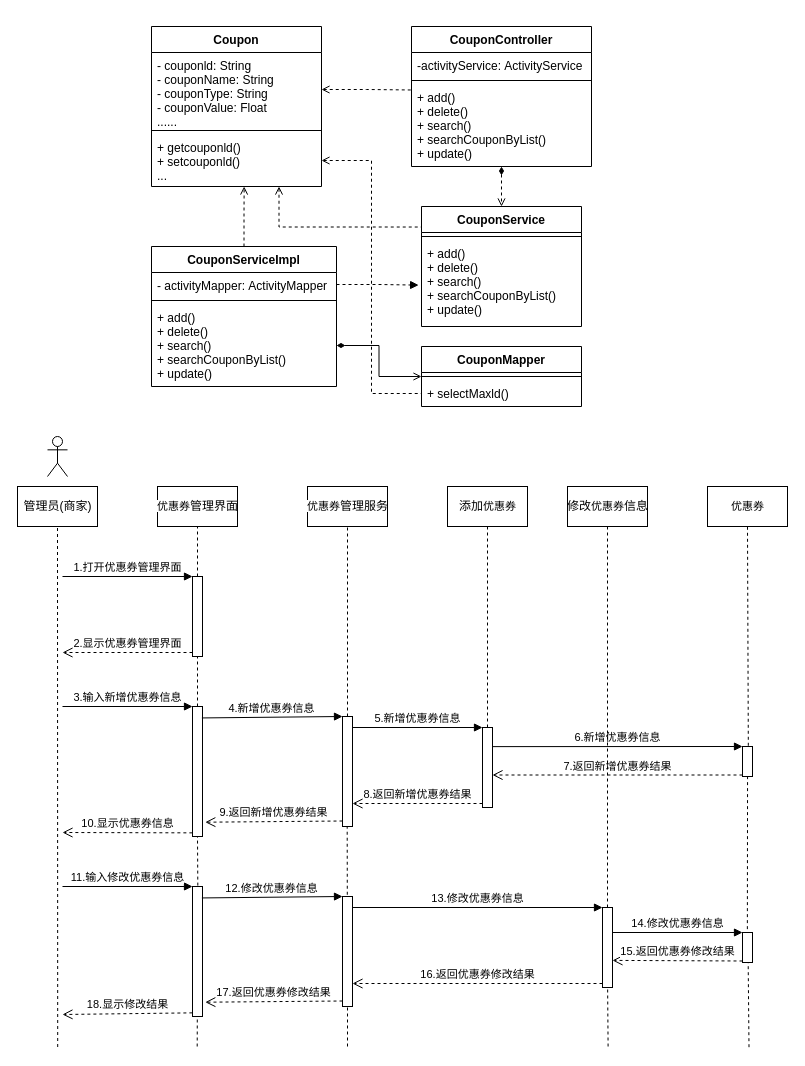
Above: page "优惠券管理" (17 of 25) of Untitled Diagram.drawio in hongkingking/hkk (draw.io), before the change. Source tidied: cells renumbered, new cells numbered last; positions are measured from the earlier drawing's top-left corner, leaving out a move shared by most shapes. Both pictures are drawn from the tidied source at 100%, with x=0, y=0 at pixel (17, 26).
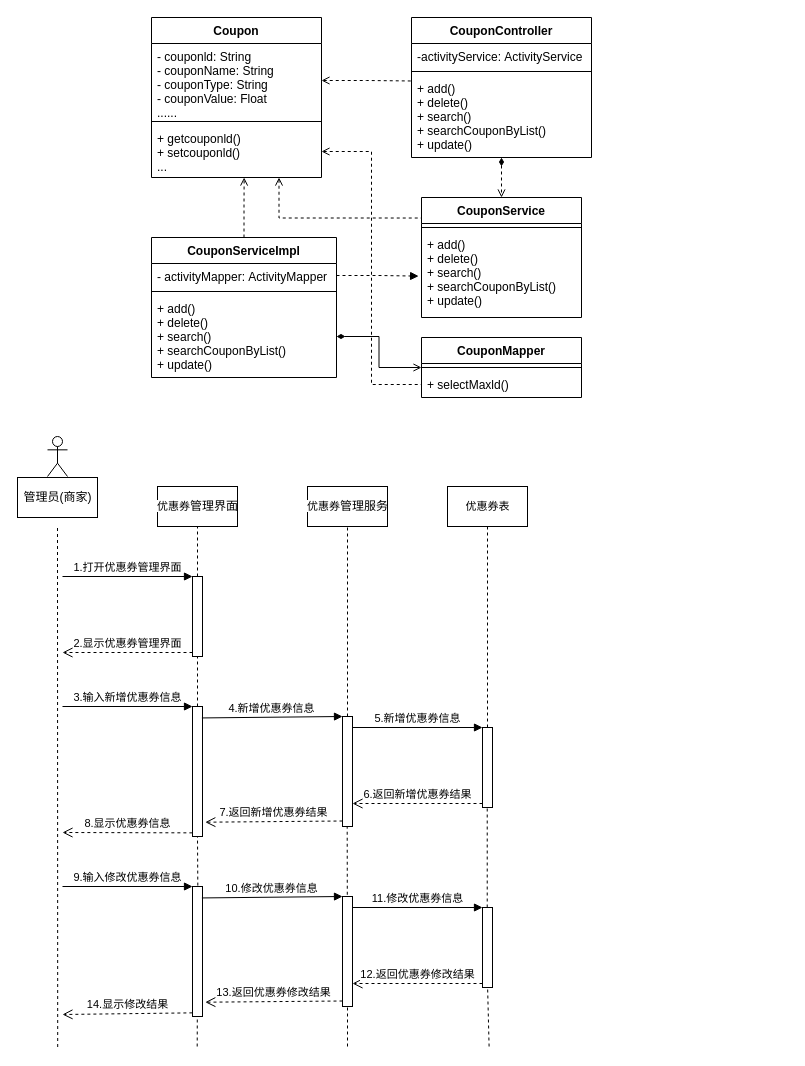
After the change.

Unchanged cells that the change refers to:
```xml
<mxCell id="37" style="html=1;points=[];perimeter=orthogonalPerimeter;strokeWidth=1;" parent="1" vertex="1">
  <mxGeometry x="175" y="680" width="10" height="130" as="geometry" />
</mxCell>
<mxCell id="40" style="html=1;points=[];perimeter=orthogonalPerimeter;strokeWidth=1;" parent="1" vertex="1">
  <mxGeometry x="325" y="690" width="10" height="110" as="geometry" />
</mxCell>
<mxCell id="43" style="html=1;points=[];perimeter=orthogonalPerimeter;strokeWidth=1;" parent="1" vertex="1">
  <mxGeometry x="465" y="701" width="10" height="80" as="geometry" />
</mxCell>
<mxCell id="49" style="html=1;points=[];perimeter=orthogonalPerimeter;strokeWidth=1;" parent="1" vertex="1">
  <mxGeometry x="175" y="860" width="10" height="130" as="geometry" />
</mxCell>
<mxCell id="52" style="html=1;points=[];perimeter=orthogonalPerimeter;strokeWidth=1;" parent="1" vertex="1">
  <mxGeometry x="325" y="870" width="10" height="110" as="geometry" />
</mxCell>
```

Diff of the diagram source:
```diff
@@
     <mxCell id="3" value="CouponController" style="swimlane;fontStyle=1;align=center;verticalAlign=top;horizontal=1;startSize=26;" parent="1" vertex="1">
-      <mxGeometry x="394" width="180" height="140" as="geometry" />
+      <mxGeometry x="394" y="-9" width="180" height="140" as="geometry" />
     </mxCell>
@@
     <mxCell id="8" value="Coupon" style="swimlane;fontStyle=1;align=center;verticalAlign=top;horizontal=1;startSize=26;" parent="1" vertex="1">
-      <mxGeometry x="134" width="170" height="160" as="geometry" />
+      <mxGeometry x="134" y="-9" width="170" height="160" as="geometry" />
     </mxCell>
@@
     <mxCell id="12" value="CouponService" style="swimlane;fontStyle=1;align=center;verticalAlign=top;horizontal=1;startSize=26;" parent="1" vertex="1">
-      <mxGeometry x="404" y="180" width="160" height="120" as="geometry" />
+      <mxGeometry x="404" y="171" width="160" height="120" as="geometry" />
     </mxCell>
@@
     <mxCell id="15" value="&lt;div&gt;&lt;br&gt;&lt;/div&gt;&lt;div&gt;&lt;br&gt;&lt;/div&gt;" style="text;html=1;align=center;verticalAlign=middle;strokeColor=none;fillColor=none;" parent="1" vertex="1">
-      <mxGeometry x="224" y="285" width="20" height="30" as="geometry" />
+      <mxGeometry x="224" y="276" width="20" height="30" as="geometry" />
     </mxCell>
     <mxCell id="16" value="&lt;div&gt;&lt;br&gt;&lt;/div&gt;&lt;div&gt;&lt;br&gt;&lt;/div&gt;&lt;div&gt;&lt;br&gt;&lt;/div&gt;" style="text;html=1;align=center;verticalAlign=middle;strokeColor=none;fillColor=none;" parent="1" vertex="1">
-      <mxGeometry x="284" y="185" width="20" height="50" as="geometry" />
+      <mxGeometry x="284" y="176" width="20" height="50" as="geometry" />
     </mxCell>
@@
     <mxCell id="18" value="CouponServiceImpl" style="swimlane;fontStyle=1;align=center;verticalAlign=top;horizontal=1;startSize=26;" parent="1" vertex="1">
-      <mxGeometry x="134" y="220" width="185" height="140" as="geometry" />
+      <mxGeometry x="134" y="211" width="185" height="140" as="geometry" />
     </mxCell>
@@
     <mxCell id="22" value="CouponMapper" style="swimlane;fontStyle=1;align=center;verticalAlign=top;horizontal=1;startSize=26;" parent="1" vertex="1">
-      <mxGeometry x="404" y="320" width="160" height="60" as="geometry" />
+      <mxGeometry x="404" y="311" width="160" height="60" as="geometry" />
     </mxCell>
@@
-    <mxCell id="31" value="添加&lt;span style=&quot;font-size: 11px ; background-color: rgb(255 , 255 , 255)&quot;&gt;优惠券&lt;/span&gt;" style="html=1;strokeWidth=1;" parent="1" vertex="1">
+    <mxCell id="31" value="&lt;span style=&quot;font-size: 11px ; background-color: rgb(255 , 255 , 255)&quot;&gt;优惠券表&lt;br&gt;&lt;/span&gt;" style="html=1;strokeWidth=1;" parent="1" vertex="1">
       <mxGeometry x="430" y="460" width="80" height="40" as="geometry" />
     </mxCell>
-    <mxCell id="32" value="修改&lt;span style=&quot;font-size: 11px ; background-color: rgb(255 , 255 , 255)&quot;&gt;优惠券&lt;/span&gt;信息" style="html=1;strokeWidth=1;" parent="1" vertex="1">
-      <mxGeometry x="550" y="460" width="80" height="40" as="geometry" />
-    </mxCell>
-    <mxCell id="33" value="&lt;span style=&quot;font-size: 11px ; background-color: rgb(255 , 255 , 255)&quot;&gt;优惠券&lt;/span&gt;" style="html=1;strokeWidth=1;" parent="1" vertex="1">
-      <mxGeometry x="690" y="460" width="80" height="40" as="geometry" />
-    </mxCell>
@@
-    <mxCell id="39" value="10.显示优惠券信息" style="html=1;verticalAlign=bottom;endArrow=open;dashed=1;endSize=8;exitX=-0.013;exitY=0.972;rounded=0;exitDx=0;exitDy=0;exitPerimeter=0;" parent="1" edge="1" source="37">
+    <mxCell id="39" value="8.显示优惠券信息" style="html=1;verticalAlign=bottom;endArrow=open;dashed=1;endSize=8;exitX=-0.013;exitY=0.972;rounded=0;exitDx=0;exitDy=0;exitPerimeter=0;" parent="1" edge="1" source="37">
       <mxGeometry relative="1" as="geometry">
         <mxPoint x="45" y="806" as="targetPoint" />
       </mxGeometry>
     </mxCell>
@@
-    <mxCell id="42" value="9.返回新增优惠券结果" style="html=1;verticalAlign=bottom;endArrow=open;dashed=1;endSize=8;exitX=0;exitY=0.95;rounded=0;entryX=1.28;entryY=0.89;entryDx=0;entryDy=0;entryPerimeter=0;" parent="1" edge="1" source="40" target="37">
+    <mxCell id="42" value="7.返回新增优惠券结果" style="html=1;verticalAlign=bottom;endArrow=open;dashed=1;endSize=8;exitX=0;exitY=0.95;rounded=0;entryX=1.28;entryY=0.89;entryDx=0;entryDy=0;entryPerimeter=0;" parent="1" edge="1" source="40" target="37">
       <mxGeometry relative="1" as="geometry" />
     </mxCell>
@@
-    <mxCell id="45" value="8.返回新增优惠券结果" style="html=1;verticalAlign=bottom;endArrow=open;dashed=1;endSize=8;exitX=0;exitY=0.95;rounded=0;" parent="1" edge="1" source="43">
+    <mxCell id="45" value="6.返回新增优惠券结果" style="html=1;verticalAlign=bottom;endArrow=open;dashed=1;endSize=8;exitX=0;exitY=0.95;rounded=0;" parent="1" edge="1" source="43">
       <mxGeometry relative="1" as="geometry">
         <mxPoint x="335" y="777" as="targetPoint" />
       </mxGeometry>
     </mxCell>
-    <mxCell id="46" style="html=1;points=[];perimeter=orthogonalPerimeter;strokeWidth=1;" parent="1" vertex="1">
-      <mxGeometry x="725" y="906" width="10" height="30" as="geometry" />
-    </mxCell>
-    <mxCell id="47" value="14.修改优惠券信息" style="html=1;verticalAlign=bottom;endArrow=block;entryX=0;entryY=0;rounded=0;" parent="1" edge="1" target="46">
-      <mxGeometry relative="1" as="geometry">
-        <mxPoint x="595" y="906" as="sourcePoint" />
-      </mxGeometry>
-    </mxCell>
-    <mxCell id="48" value="15.返回优惠券修改结果" style="html=1;verticalAlign=bottom;endArrow=open;dashed=1;endSize=8;exitX=0;exitY=0.95;rounded=0;entryX=0.996;entryY=0.449;entryDx=0;entryDy=0;entryPerimeter=0;" parent="1" edge="1" source="46">
-      <mxGeometry relative="1" as="geometry">
-        <mxPoint x="595" y="933.9" as="targetPoint" />
-      </mxGeometry>
-    </mxCell>
@@
-    <mxCell id="50" value="11.输入修改优惠券信息" style="html=1;verticalAlign=bottom;endArrow=block;entryX=0;entryY=0;rounded=0;" parent="1" edge="1" target="49">
+    <mxCell id="50" value="9.输入修改优惠券信息" style="html=1;verticalAlign=bottom;endArrow=block;entryX=0;entryY=0;rounded=0;" parent="1" edge="1" target="49">
       <mxGeometry relative="1" as="geometry">
         <mxPoint x="45" y="860" as="sourcePoint" />
       </mxGeometry>
     </mxCell>
-    <mxCell id="51" value="18.显示修改结果" style="html=1;verticalAlign=bottom;endArrow=open;dashed=1;endSize=8;exitX=-0.013;exitY=0.972;rounded=0;exitDx=0;exitDy=0;exitPerimeter=0;" parent="1" edge="1" source="49">
+    <mxCell id="51" value="14.显示修改结果" style="html=1;verticalAlign=bottom;endArrow=open;dashed=1;endSize=8;exitX=-0.013;exitY=0.972;rounded=0;exitDx=0;exitDy=0;exitPerimeter=0;" parent="1" edge="1" source="49">
       <mxGeometry relative="1" as="geometry">
         <mxPoint x="45" y="988" as="targetPoint" />
       </mxGeometry>
     </mxCell>
@@
-    <mxCell id="53" value="12.修改优惠券信息" style="html=1;verticalAlign=bottom;endArrow=block;entryX=0;entryY=0;rounded=0;exitX=0.94;exitY=0.088;exitDx=0;exitDy=0;exitPerimeter=0;" parent="1" edge="1" source="49" target="52">
+    <mxCell id="53" value="10.修改优惠券信息" style="html=1;verticalAlign=bottom;endArrow=block;entryX=0;entryY=0;rounded=0;exitX=0.94;exitY=0.088;exitDx=0;exitDy=0;exitPerimeter=0;" parent="1" edge="1" source="49" target="52">
       <mxGeometry relative="1" as="geometry" />
     </mxCell>
-    <mxCell id="54" value="17.返回优惠券修改结果" style="html=1;verticalAlign=bottom;endArrow=open;dashed=1;endSize=8;exitX=0;exitY=0.95;rounded=0;entryX=1.28;entryY=0.89;entryDx=0;entryDy=0;entryPerimeter=0;" parent="1" edge="1" source="52" target="49">
+    <mxCell id="54" value="13.返回优惠券修改结果" style="html=1;verticalAlign=bottom;endArrow=open;dashed=1;endSize=8;exitX=0;exitY=0.95;rounded=0;entryX=1.28;entryY=0.89;entryDx=0;entryDy=0;entryPerimeter=0;" parent="1" edge="1" source="52" target="49">
       <mxGeometry relative="1" as="geometry" />
     </mxCell>
     <mxCell id="55" style="html=1;points=[];perimeter=orthogonalPerimeter;strokeWidth=1;" parent="1" vertex="1">
-      <mxGeometry x="585" y="881" width="10" height="80" as="geometry" />
+      <mxGeometry x="465" y="881" width="10" height="80" as="geometry" />
     </mxCell>
-    <mxCell id="56" value="13.修改优惠券信息" style="html=1;verticalAlign=bottom;endArrow=block;entryX=0;entryY=0;rounded=0;" parent="1" edge="1" target="55">
+    <mxCell id="56" value="11.修改优惠券信息" style="html=1;verticalAlign=bottom;endArrow=block;entryX=0;entryY=0;rounded=0;" parent="1" edge="1" target="55">
       <mxGeometry relative="1" as="geometry">
         <mxPoint x="335" y="881" as="sourcePoint" />
       </mxGeometry>
     </mxCell>
-    <mxCell id="57" value="16.返回优惠券修改结果" style="html=1;verticalAlign=bottom;endArrow=open;dashed=1;endSize=8;exitX=0;exitY=0.95;rounded=0;" parent="1" edge="1" source="55">
+    <mxCell id="57" value="12.返回优惠券修改结果" style="html=1;verticalAlign=bottom;endArrow=open;dashed=1;endSize=8;exitX=0;exitY=0.95;rounded=0;" parent="1" edge="1" source="55">
       <mxGeometry relative="1" as="geometry">
         <mxPoint x="335" y="957" as="targetPoint" />
       </mxGeometry>
     </mxCell>
-    <mxCell id="58" style="html=1;points=[];perimeter=orthogonalPerimeter;strokeWidth=1;" parent="1" vertex="1">
-      <mxGeometry x="725" y="720" width="10" height="30" as="geometry" />
-    </mxCell>
-    <mxCell id="59" value="6.新增优惠券信息" style="html=1;verticalAlign=bottom;endArrow=block;entryX=0;entryY=0;rounded=0;exitX=0.974;exitY=0.239;exitDx=0;exitDy=0;exitPerimeter=0;" parent="1" edge="1" source="43" target="58">
-      <mxGeometry relative="1" as="geometry" />
-    </mxCell>
-    <mxCell id="60" value="7.返回新增优惠券结果" style="html=1;verticalAlign=bottom;endArrow=open;dashed=1;endSize=8;exitX=0;exitY=0.95;rounded=0;" parent="1" edge="1" source="58" target="43">
-      <mxGeometry relative="1" as="geometry" />
-    </mxCell>
@@
-    <mxCell id="64" style="endArrow=none;dashed=1;html=1;rounded=0;entryX=0.5;entryY=1;entryDx=0;entryDy=0;" parent="1" edge="1" source="55" target="32">
-      <mxGeometry relative="1" as="geometry" />
-    </mxCell>
-    <mxCell id="65" style="endArrow=none;dashed=1;html=1;rounded=0;entryX=0.5;entryY=1;entryDx=0;entryDy=0;exitX=0.582;exitY=-0.024;exitDx=0;exitDy=0;exitPerimeter=0;" parent="1" edge="1" source="58" target="33">
-      <mxGeometry relative="1" as="geometry" />
-    </mxCell>
@@
     <mxCell id="71" style="endArrow=none;dashed=1;html=1;rounded=0;entryX=0.513;entryY=1.008;entryDx=0;entryDy=0;entryPerimeter=0;exitX=0.768;exitY=0.503;exitDx=0;exitDy=0;exitPerimeter=0;" parent="1" edge="1" target="55">
       <mxGeometry relative="1" as="geometry">
-        <mxPoint x="590.6" y="1020" as="sourcePoint" />
+        <mxPoint x="471.6" y="1020" as="sourcePoint" />
       </mxGeometry>
     </mxCell>
-    <mxCell id="72" style="endArrow=none;dashed=1;html=1;rounded=0;entryX=0.568;entryY=0.989;entryDx=0;entryDy=0;entryPerimeter=0;exitX=0.961;exitY=0.591;exitDx=0;exitDy=0;exitPerimeter=0;" parent="1" edge="1" target="46">
-      <mxGeometry relative="1" as="geometry">
-        <mxPoint x="731.5" y="1020.7" as="sourcePoint" />
-      </mxGeometry>
-    </mxCell>
-    <mxCell id="73" style="endArrow=none;dashed=1;html=1;rounded=0;entryX=0.486;entryY=-0.017;entryDx=0;entryDy=0;exitX=0.506;exitY=0.988;exitDx=0;exitDy=0;exitPerimeter=0;entryPerimeter=0;" parent="1" edge="1" source="58" target="46">
-      <mxGeometry relative="1" as="geometry" />
-    </mxCell>
     <mxCell id="74" value="管理员(商家)" style="html=1;strokeWidth=1;" parent="1" vertex="1">
-      <mxGeometry y="460" width="80" height="40" as="geometry" />
+      <mxGeometry y="451" width="80" height="40" as="geometry" />
     </mxCell>
-    <mxCell id="75" style="endArrow=none;dashed=1;html=1;rounded=0;entryX=0.5;entryY=1;entryDx=0;entryDy=0;exitX=0.014;exitY=0.567;exitDx=0;exitDy=0;exitPerimeter=0;" parent="1" edge="1" target="74">
+    <mxCell id="75" style="endArrow=none;dashed=1;html=1;rounded=0;entryX=0.5;entryY=1;entryDx=0;entryDy=0;exitX=0.014;exitY=0.567;exitDx=0;exitDy=0;exitPerimeter=0;" parent="1" edge="1">
       <mxGeometry relative="1" as="geometry">
         <mxPoint x="40.2" y="1020.5" as="sourcePoint" />
+        <mxPoint x="40" y="500" as="targetPoint" />
       </mxGeometry>
     </mxCell>
@@
+    <mxCell id="77" style="endArrow=none;dashed=1;html=1;rounded=0;entryX=0.472;entryY=1.008;entryDx=0;entryDy=0;entryPerimeter=0;" parent="1" edge="1" source="55" target="43">
+      <mxGeometry relative="1" as="geometry" />
+    </mxCell>
```
